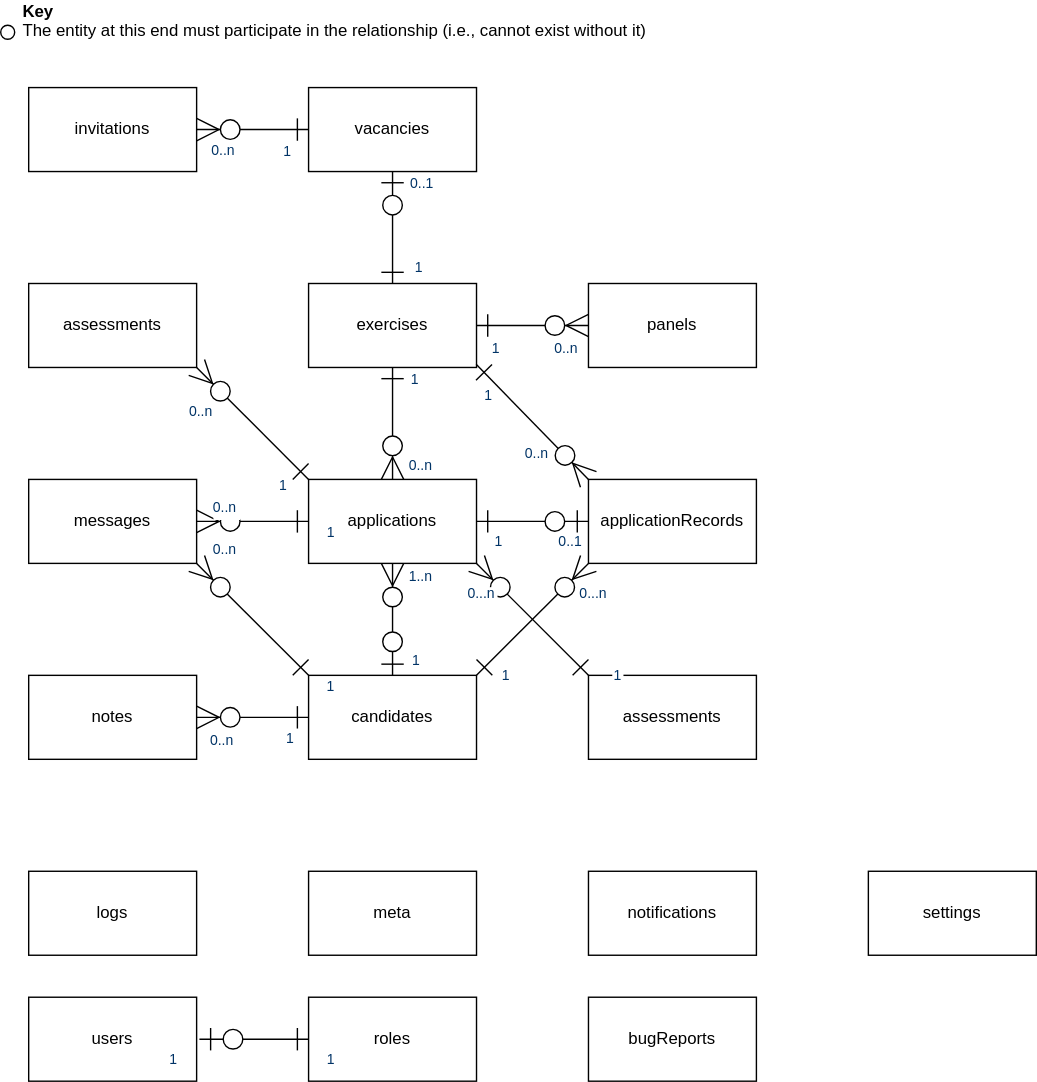
Earlier version of the draw.io export docs/architecture/data-models/top-level-platform.svg (jac-uk/documentation). Source tidied: cells renumbered, new cells last; positions are measured from the earlier drawing's top-left corner, leaving out a move shared by most shapes. Its diagram source:
```xml
<mxGraphModel>
  <root>
    <mxCell id="0" />
    <mxCell id="1" parent="0" />
    <mxCell id="2" value="exercises" style="rounded=0;whiteSpace=wrap;html=1;" parent="1" vertex="1">
      <mxGeometry x="220" y="200" width="120" height="60" as="geometry" />
    </mxCell>
    <mxCell id="3" value="applications" style="rounded=0;whiteSpace=wrap;html=1;" parent="1" vertex="1">
      <mxGeometry x="220" y="340" width="120" height="60" as="geometry" />
    </mxCell>
    <mxCell id="4" value="candidates" style="rounded=0;whiteSpace=wrap;html=1;" parent="1" vertex="1">
      <mxGeometry x="220" y="480" width="120" height="60" as="geometry" />
    </mxCell>
    <mxCell id="5" value="vacancies" style="rounded=0;whiteSpace=wrap;html=1;" parent="1" vertex="1">
      <mxGeometry x="220" y="60" width="120" height="60" as="geometry" />
    </mxCell>
    <mxCell id="6" value="applicationRecords" style="rounded=0;whiteSpace=wrap;html=1;" parent="1" vertex="1">
      <mxGeometry x="420" y="340" width="120" height="60" as="geometry" />
    </mxCell>
    <mxCell id="7" style="endArrow=ERone;endSize=14;startArrow=ERzeroToMany;startSize=14;startFill=1;endFill=0;targetPerimeterSpacing=0;sourcePerimeterSpacing=0;strokeWidth=1;rounded=1;jumpSize=6;entryX=0.5;entryY=1;entryDx=0;entryDy=0;" parent="1" edge="1" source="3" target="2">
      <mxGeometry x="640" y="510" as="geometry" />
    </mxCell>
    <mxCell id="8" value="0..n" style="align=left;verticalAlign=top;labelBackgroundColor=#ffffff;fontSize=10;strokeColor=#003366;shadow=1;fillColor=#D4E1F5;fontColor=#003366;" parent="7" vertex="1">
      <mxGeometry x="-1" relative="1" as="geometry">
        <mxPoint x="10" y="-22" as="offset" />
      </mxGeometry>
    </mxCell>
    <mxCell id="9" value="1" style="align=right;verticalAlign=top;labelBackgroundColor=#ffffff;fontSize=10;strokeColor=#003366;shadow=1;fillColor=#D4E1F5;fontColor=#003366;" parent="7" vertex="1">
      <mxGeometry x="1" relative="1" as="geometry">
        <mxPoint x="20" y="-4" as="offset" />
      </mxGeometry>
    </mxCell>
    <mxCell id="10" style="group;" parent="1" vertex="1">
      <mxGeometry width="610" height="53" as="geometry" />
    </mxCell>
    <mxCell id="11" value="&lt;div&gt;&lt;b&gt;Key&lt;/b&gt;&lt;br&gt;The entity at this end must participate in the relationship (i.e., cannot exist without it)&lt;/div&gt;&lt;div&gt;&lt;br&gt;&lt;/div&gt;&lt;div&gt;&lt;br&gt;&lt;/div&gt;" style="text;html=1;strokeColor=none;fillColor=none;align=left;verticalAlign=middle;whiteSpace=wrap;rounded=0;fontColor=#000000;" parent="10" vertex="1">
      <mxGeometry x="14" width="596" height="53" as="geometry" />
    </mxCell>
    <mxCell id="12" style="ellipse;whiteSpace=wrap;html=1;align=right;" parent="10" vertex="1">
      <mxGeometry y="15.5" width="10" height="10" as="geometry" />
    </mxCell>
    <mxCell id="13" style="endArrow=ERone;endSize=14;startArrow=ERzeroToOne;startSize=14;startFill=1;endFill=0;targetPerimeterSpacing=0;sourcePerimeterSpacing=0;strokeWidth=1;rounded=1;jumpSize=6;entryX=1;entryY=0.5;entryDx=0;entryDy=0;exitX=0;exitY=0.5;exitDx=0;exitDy=0;" parent="1" edge="1" source="6" target="3">
      <mxGeometry x="770" y="520" as="geometry" />
    </mxCell>
    <mxCell id="14" value="0..1" style="align=left;verticalAlign=top;labelBackgroundColor=#ffffff;fontSize=10;strokeColor=#003366;shadow=1;fillColor=#D4E1F5;fontColor=#003366;" parent="13" vertex="1">
      <mxGeometry x="-1" relative="1" as="geometry">
        <mxPoint x="-23" y="2" as="offset" />
      </mxGeometry>
    </mxCell>
    <mxCell id="15" value="1" style="align=right;verticalAlign=top;labelBackgroundColor=#ffffff;fontSize=10;strokeColor=#003366;shadow=1;fillColor=#D4E1F5;fontColor=#003366;" parent="13" vertex="1">
      <mxGeometry x="1" relative="1" as="geometry">
        <mxPoint x="20" y="2" as="offset" />
      </mxGeometry>
    </mxCell>
    <mxCell id="16" style="endArrow=ERone;endSize=14;startArrow=ERzeroToMany;startSize=14;startFill=1;endFill=0;targetPerimeterSpacing=0;sourcePerimeterSpacing=0;strokeWidth=1;rounded=1;jumpSize=6;entryX=0.998;entryY=0.963;entryDx=0;entryDy=0;exitX=0;exitY=0;exitDx=0;exitDy=0;entryPerimeter=0;" parent="1" edge="1" source="6" target="2">
      <mxGeometry x="750" y="500" as="geometry" />
    </mxCell>
    <mxCell id="17" value="0..n" style="align=left;verticalAlign=top;labelBackgroundColor=#ffffff;fontSize=10;strokeColor=#003366;shadow=1;fillColor=#D4E1F5;fontColor=#003366;" parent="16" vertex="1">
      <mxGeometry x="-1" relative="1" as="geometry">
        <mxPoint x="-47" y="-31" as="offset" />
      </mxGeometry>
    </mxCell>
    <mxCell id="18" value="1" style="align=right;verticalAlign=top;labelBackgroundColor=#ffffff;fontSize=10;strokeColor=#003366;shadow=1;fillColor=#D4E1F5;fontColor=#003366;" parent="16" vertex="1">
      <mxGeometry x="1" relative="1" as="geometry">
        <mxPoint x="13" y="10.1" as="offset" />
      </mxGeometry>
    </mxCell>
    <mxCell id="19" style="endArrow=ERone;endSize=14;startArrow=ERzeroToMany;startSize=14;startFill=1;endFill=0;targetPerimeterSpacing=0;sourcePerimeterSpacing=0;strokeWidth=1;rounded=1;jumpSize=6;exitX=0;exitY=1;exitDx=0;exitDy=0;entryX=1;entryY=0;entryDx=0;entryDy=0;" parent="1" edge="1" source="6" target="4">
      <mxGeometry x="994" y="460" as="geometry" />
    </mxCell>
    <mxCell id="20" value="0...n" style="align=left;verticalAlign=top;labelBackgroundColor=#ffffff;fontSize=10;strokeColor=#003366;shadow=1;fillColor=#D4E1F5;fontColor=#003366;" parent="19" vertex="1">
      <mxGeometry x="-1" relative="1" as="geometry">
        <mxPoint x="-8" y="9" as="offset" />
      </mxGeometry>
    </mxCell>
    <mxCell id="21" value="1" style="align=right;verticalAlign=top;labelBackgroundColor=#ffffff;fontSize=10;strokeColor=#003366;shadow=1;fillColor=#D4E1F5;fontColor=#003366;" parent="19" vertex="1">
      <mxGeometry x="1" relative="1" as="geometry">
        <mxPoint x="25" y="-12" as="offset" />
      </mxGeometry>
    </mxCell>
    <mxCell id="22" style="endArrow=ERone;endSize=14;startArrow=ERzeroToOne;startSize=14;startFill=1;endFill=0;targetPerimeterSpacing=0;sourcePerimeterSpacing=0;strokeWidth=1;rounded=1;jumpSize=6;exitX=0.5;exitY=1;exitDx=0;exitDy=0;entryX=0.5;entryY=0;entryDx=0;entryDy=0;" parent="1" edge="1" source="5" target="2">
      <mxGeometry x="780" y="530" as="geometry" />
    </mxCell>
    <mxCell id="23" value="0..1" style="align=left;verticalAlign=top;labelBackgroundColor=#ffffff;fontSize=10;strokeColor=#003366;shadow=1;fillColor=#D4E1F5;fontColor=#003366;" parent="22" vertex="1">
      <mxGeometry x="-1" relative="1" as="geometry">
        <mxPoint x="11" y="-4" as="offset" />
      </mxGeometry>
    </mxCell>
    <mxCell id="24" value="1" style="align=right;verticalAlign=top;labelBackgroundColor=#ffffff;fontSize=10;strokeColor=#003366;shadow=1;fillColor=#D4E1F5;fontColor=#003366;" parent="22" vertex="1">
      <mxGeometry x="1" relative="1" as="geometry">
        <mxPoint x="23" y="-24" as="offset" />
      </mxGeometry>
    </mxCell>
    <mxCell id="25" style="endArrow=ERzeroToOne;endSize=14;startArrow=ERzeroToMany;startSize=14;startFill=1;endFill=1;targetPerimeterSpacing=0;sourcePerimeterSpacing=0;strokeWidth=1;rounded=1;jumpSize=6;exitX=0.5;exitY=1;exitDx=0;exitDy=0;entryX=0.5;entryY=0;entryDx=0;entryDy=0;" parent="1" edge="1" source="3" target="4">
      <mxGeometry x="844" y="500" as="geometry" />
    </mxCell>
    <mxCell id="26" value="1..n" style="align=left;verticalAlign=top;labelBackgroundColor=#ffffff;fontSize=10;strokeColor=#003366;shadow=1;fillColor=#D4E1F5;fontColor=#003366;" parent="25" vertex="1">
      <mxGeometry x="-1" relative="1" as="geometry">
        <mxPoint x="10" y="-3" as="offset" />
      </mxGeometry>
    </mxCell>
    <mxCell id="27" value="1" style="align=right;verticalAlign=top;labelBackgroundColor=#ffffff;fontSize=10;strokeColor=#003366;shadow=1;fillColor=#D4E1F5;fontColor=#003366;" parent="25" vertex="1">
      <mxGeometry x="1" relative="1" as="geometry">
        <mxPoint x="21" y="-23" as="offset" />
      </mxGeometry>
    </mxCell>
    <mxCell id="28" value="assessments" style="rounded=0;whiteSpace=wrap;html=1;" parent="1" vertex="1">
      <mxGeometry x="20" y="200" width="120" height="60" as="geometry" />
    </mxCell>
    <mxCell id="29" style="endArrow=ERone;endSize=14;startArrow=ERzeroToMany;startSize=14;startFill=1;endFill=0;targetPerimeterSpacing=0;sourcePerimeterSpacing=0;strokeWidth=1;rounded=1;jumpSize=6;exitX=1;exitY=1;exitDx=0;exitDy=0;entryX=0;entryY=0;entryDx=0;entryDy=0;" parent="1" edge="1" source="28" target="3">
      <mxGeometry x="550" y="502.2" as="geometry" />
    </mxCell>
    <mxCell id="30" value="0..n" style="align=left;verticalAlign=top;labelBackgroundColor=#ffffff;fontSize=10;strokeColor=#003366;shadow=1;fillColor=#D4E1F5;fontColor=#003366;" parent="29" vertex="1">
      <mxGeometry x="-1" relative="1" as="geometry">
        <mxPoint x="-7" y="19" as="offset" />
      </mxGeometry>
    </mxCell>
    <mxCell id="31" value="1" style="align=right;verticalAlign=top;labelBackgroundColor=#ffffff;fontSize=10;strokeColor=#003366;shadow=1;fillColor=#D4E1F5;fontColor=#003366;" parent="29" vertex="1">
      <mxGeometry x="1" relative="1" as="geometry">
        <mxPoint x="-14" y="-7.9" as="offset" />
      </mxGeometry>
    </mxCell>
    <mxCell id="32" value="invitations" style="rounded=0;whiteSpace=wrap;html=1;" parent="1" vertex="1">
      <mxGeometry x="20" y="60" width="120" height="60" as="geometry" />
    </mxCell>
    <mxCell id="33" style="endArrow=ERone;endSize=14;startArrow=ERzeroToMany;startSize=14;startFill=1;endFill=0;targetPerimeterSpacing=0;sourcePerimeterSpacing=0;strokeWidth=1;rounded=1;jumpSize=6;exitX=1;exitY=0.5;exitDx=0;exitDy=0;entryX=0;entryY=0.5;entryDx=0;entryDy=0;" parent="1" edge="1" source="32" target="5">
      <mxGeometry x="760" y="510" as="geometry" />
    </mxCell>
    <mxCell id="34" value="0..n" style="align=left;verticalAlign=top;labelBackgroundColor=#ffffff;fontSize=10;strokeColor=#003366;shadow=1;fillColor=#D4E1F5;fontColor=#003366;" parent="33" vertex="1">
      <mxGeometry x="-1" relative="1" as="geometry">
        <mxPoint x="9" y="3" as="offset" />
      </mxGeometry>
    </mxCell>
    <mxCell id="35" value="1" style="align=right;verticalAlign=top;labelBackgroundColor=#ffffff;fontSize=10;strokeColor=#003366;shadow=1;fillColor=#D4E1F5;fontColor=#003366;" parent="33" vertex="1">
      <mxGeometry x="1" relative="1" as="geometry">
        <mxPoint x="-11" y="3.1" as="offset" />
      </mxGeometry>
    </mxCell>
    <mxCell id="36" value="logs" style="rounded=0;whiteSpace=wrap;html=1;" parent="1" vertex="1">
      <mxGeometry x="20" y="620" width="120" height="60" as="geometry" />
    </mxCell>
    <mxCell id="37" value="meta" style="rounded=0;whiteSpace=wrap;html=1;" parent="1" vertex="1">
      <mxGeometry x="220" y="620" width="120" height="60" as="geometry" />
    </mxCell>
    <mxCell id="38" value="notes" style="rounded=0;whiteSpace=wrap;html=1;" parent="1" vertex="1">
      <mxGeometry x="20" y="480" width="120" height="60" as="geometry" />
    </mxCell>
    <mxCell id="39" style="endArrow=ERone;endSize=14;startArrow=ERzeroToMany;startSize=14;startFill=1;endFill=0;targetPerimeterSpacing=0;sourcePerimeterSpacing=0;strokeWidth=1;rounded=1;jumpSize=6;exitX=1;exitY=0.5;exitDx=0;exitDy=0;entryX=0;entryY=0.5;entryDx=0;entryDy=0;" parent="1" edge="1" source="38" target="4">
      <mxGeometry x="560" y="512.2" as="geometry" />
    </mxCell>
    <mxCell id="40" value="0..n" style="align=left;verticalAlign=top;labelBackgroundColor=#ffffff;fontSize=10;strokeColor=#003366;shadow=1;fillColor=#D4E1F5;fontColor=#003366;" parent="39" vertex="1">
      <mxGeometry x="-1" relative="1" as="geometry">
        <mxPoint x="8" y="4" as="offset" />
      </mxGeometry>
    </mxCell>
    <mxCell id="41" value="1" style="align=right;verticalAlign=top;labelBackgroundColor=#ffffff;fontSize=10;strokeColor=#003366;shadow=1;fillColor=#D4E1F5;fontColor=#003366;" parent="39" vertex="1">
      <mxGeometry x="1" relative="1" as="geometry">
        <mxPoint x="-9" y="3.1" as="offset" />
      </mxGeometry>
    </mxCell>
    <mxCell id="42" value="notifications" style="rounded=0;whiteSpace=wrap;html=1;" parent="1" vertex="1">
      <mxGeometry x="420" y="620" width="120" height="60" as="geometry" />
    </mxCell>
    <mxCell id="43" value="panels" style="rounded=0;whiteSpace=wrap;html=1;" parent="1" vertex="1">
      <mxGeometry x="420" y="200" width="120" height="60" as="geometry" />
    </mxCell>
    <mxCell id="44" style="endArrow=ERone;endSize=14;startArrow=ERzeroToMany;startSize=14;startFill=1;endFill=0;targetPerimeterSpacing=0;sourcePerimeterSpacing=0;strokeWidth=1;rounded=1;jumpSize=6;entryX=1;entryY=0.5;entryDx=0;entryDy=0;exitX=0;exitY=0.5;exitDx=0;exitDy=0;" parent="1" edge="1" source="43" target="2">
      <mxGeometry x="760" y="510" as="geometry" />
    </mxCell>
    <mxCell id="45" value="0..n" style="align=left;verticalAlign=top;labelBackgroundColor=#ffffff;fontSize=10;strokeColor=#003366;shadow=1;fillColor=#D4E1F5;fontColor=#003366;" parent="44" vertex="1">
      <mxGeometry x="-1" relative="1" as="geometry">
        <mxPoint x="-26" y="4" as="offset" />
      </mxGeometry>
    </mxCell>
    <mxCell id="46" value="1" style="align=right;verticalAlign=top;labelBackgroundColor=#ffffff;fontSize=10;strokeColor=#003366;shadow=1;fillColor=#D4E1F5;fontColor=#003366;" parent="44" vertex="1">
      <mxGeometry x="1" relative="1" as="geometry">
        <mxPoint x="18" y="4.1" as="offset" />
      </mxGeometry>
    </mxCell>
    <mxCell id="47" value="settings" style="rounded=0;whiteSpace=wrap;html=1;" parent="1" vertex="1">
      <mxGeometry x="620" y="620" width="120" height="60" as="geometry" />
    </mxCell>
    <mxCell id="48" value="users" style="rounded=0;whiteSpace=wrap;html=1;" parent="1" vertex="1">
      <mxGeometry x="20" y="710" width="120" height="60" as="geometry" />
    </mxCell>
    <mxCell id="49" value="roles" style="rounded=0;whiteSpace=wrap;html=1;" parent="1" vertex="1">
      <mxGeometry x="220" y="710" width="120" height="60" as="geometry" />
    </mxCell>
    <mxCell id="50" style="endArrow=ERone;endSize=14;startArrow=ERzeroToOne;startSize=14;startFill=1;endFill=0;targetPerimeterSpacing=0;sourcePerimeterSpacing=0;strokeWidth=1;rounded=1;jumpSize=6;entryX=0;entryY=0.5;entryDx=0;entryDy=0;" parent="1" edge="1">
      <mxGeometry x="770" y="520" as="geometry">
        <mxPoint x="142" y="740" as="sourcePoint" />
        <mxPoint x="220" y="740" as="targetPoint" />
      </mxGeometry>
    </mxCell>
    <mxCell id="51" value="1" style="align=left;verticalAlign=top;labelBackgroundColor=#ffffff;fontSize=10;strokeColor=#003366;shadow=1;fillColor=#D4E1F5;fontColor=#003366;" parent="50" vertex="1">
      <mxGeometry x="-1" relative="1" as="geometry">
        <mxPoint x="-23" y="2" as="offset" />
      </mxGeometry>
    </mxCell>
    <mxCell id="52" value="1" style="align=right;verticalAlign=top;labelBackgroundColor=#ffffff;fontSize=10;strokeColor=#003366;shadow=1;fillColor=#D4E1F5;fontColor=#003366;" parent="50" vertex="1">
      <mxGeometry x="1" relative="1" as="geometry">
        <mxPoint x="20" y="2" as="offset" />
      </mxGeometry>
    </mxCell>
    <mxCell id="53" value="messages" style="rounded=0;whiteSpace=wrap;html=1;" parent="1" vertex="1">
      <mxGeometry x="20" y="340" width="120" height="60" as="geometry" />
    </mxCell>
    <mxCell id="54" style="endArrow=ERone;endSize=14;startArrow=ERzeroToMany;startSize=14;startFill=1;endFill=0;targetPerimeterSpacing=0;sourcePerimeterSpacing=0;strokeWidth=1;rounded=1;jumpSize=6;" parent="1" edge="1" source="53" target="3">
      <mxGeometry x="640" y="510" as="geometry" />
    </mxCell>
    <mxCell id="55" value="0..n" style="align=left;verticalAlign=top;labelBackgroundColor=#ffffff;fontSize=10;strokeColor=#003366;shadow=1;fillColor=#D4E1F5;fontColor=#003366;" parent="54" vertex="1">
      <mxGeometry x="-1" relative="1" as="geometry">
        <mxPoint x="10" y="-22" as="offset" />
      </mxGeometry>
    </mxCell>
    <mxCell id="56" value="1" style="align=right;verticalAlign=top;labelBackgroundColor=#ffffff;fontSize=10;strokeColor=#003366;shadow=1;fillColor=#D4E1F5;fontColor=#003366;" parent="54" vertex="1">
      <mxGeometry x="1" relative="1" as="geometry">
        <mxPoint x="20" y="-4" as="offset" />
      </mxGeometry>
    </mxCell>
    <mxCell id="57" style="endArrow=ERone;endSize=14;startArrow=ERzeroToMany;startSize=14;startFill=1;endFill=0;targetPerimeterSpacing=0;sourcePerimeterSpacing=0;strokeWidth=1;rounded=1;jumpSize=6;entryX=0;entryY=0;entryDx=0;entryDy=0;exitX=1;exitY=1;exitDx=0;exitDy=0;" parent="1" edge="1" source="53" target="4">
      <mxGeometry x="640" y="510" as="geometry" />
    </mxCell>
    <mxCell id="58" value="0..n" style="align=left;verticalAlign=top;labelBackgroundColor=#ffffff;fontSize=10;strokeColor=#003366;shadow=1;fillColor=#D4E1F5;fontColor=#003366;" parent="57" vertex="1">
      <mxGeometry x="-1" relative="1" as="geometry">
        <mxPoint x="10" y="-22" as="offset" />
      </mxGeometry>
    </mxCell>
    <mxCell id="59" value="1" style="align=right;verticalAlign=top;labelBackgroundColor=#ffffff;fontSize=10;strokeColor=#003366;shadow=1;fillColor=#D4E1F5;fontColor=#003366;" parent="57" vertex="1">
      <mxGeometry x="1" relative="1" as="geometry">
        <mxPoint x="20" y="-4" as="offset" />
      </mxGeometry>
    </mxCell>
    <mxCell id="60" value="bugReports" style="rounded=0;whiteSpace=wrap;html=1;" parent="1" vertex="1">
      <mxGeometry x="420" y="710" width="120" height="60" as="geometry" />
    </mxCell>
    <mxCell id="61" value="assessments" style="rounded=0;whiteSpace=wrap;html=1;" parent="1" vertex="1">
      <mxGeometry x="420" y="480" width="120" height="60" as="geometry" />
    </mxCell>
    <mxCell id="62" style="endArrow=ERone;endSize=14;startArrow=ERzeroToMany;startSize=14;startFill=1;endFill=0;targetPerimeterSpacing=0;sourcePerimeterSpacing=0;strokeWidth=1;rounded=1;jumpSize=6;exitX=1;exitY=1;exitDx=0;exitDy=0;entryX=0;entryY=0;entryDx=0;entryDy=0;" parent="1" edge="1" source="3" target="61">
      <mxGeometry x="994" y="460" as="geometry" />
    </mxCell>
    <mxCell id="63" value="0...n" style="align=left;verticalAlign=top;labelBackgroundColor=#ffffff;fontSize=10;strokeColor=#003366;shadow=1;fillColor=#D4E1F5;fontColor=#003366;" parent="62" vertex="1">
      <mxGeometry x="-1" relative="1" as="geometry">
        <mxPoint x="-8" y="9" as="offset" />
      </mxGeometry>
    </mxCell>
    <mxCell id="64" value="1" style="align=right;verticalAlign=top;labelBackgroundColor=#ffffff;fontSize=10;strokeColor=#003366;shadow=1;fillColor=#D4E1F5;fontColor=#003366;" parent="62" vertex="1">
      <mxGeometry x="1" relative="1" as="geometry">
        <mxPoint x="25" y="-12" as="offset" />
      </mxGeometry>
    </mxCell>
  </root>
</mxGraphModel>
```
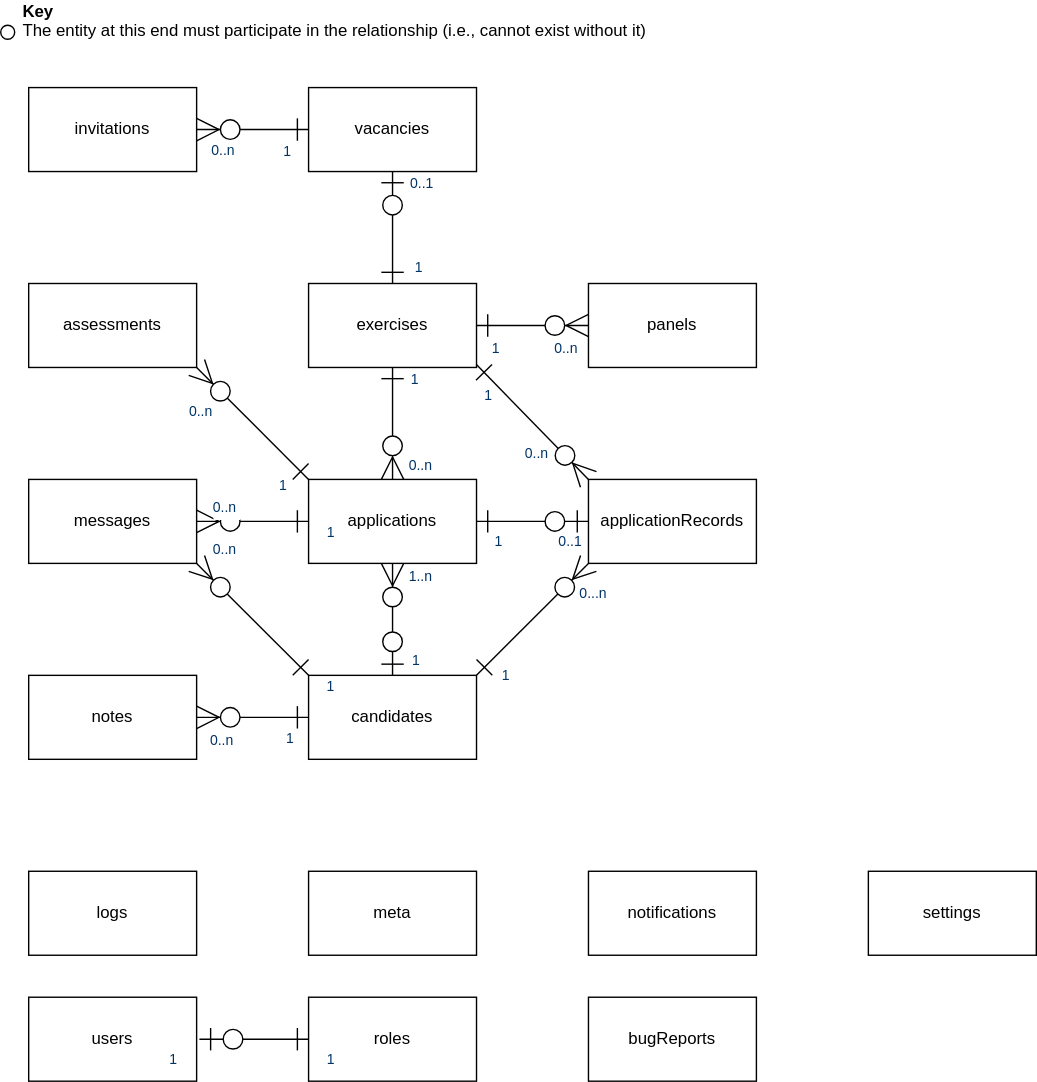
After the commit.

Commit message:
Uopdated diagram

The edit, as a diff of the source:
```diff
@@ -234,21 +234,5 @@
     <mxCell id="60" value="bugReports" style="rounded=0;whiteSpace=wrap;html=1;" parent="1" vertex="1">
       <mxGeometry x="420" y="710" width="120" height="60" as="geometry" />
     </mxCell>
-    <mxCell id="61" value="assessments" style="rounded=0;whiteSpace=wrap;html=1;" parent="1" vertex="1">
-      <mxGeometry x="420" y="480" width="120" height="60" as="geometry" />
-    </mxCell>
-    <mxCell id="62" style="endArrow=ERone;endSize=14;startArrow=ERzeroToMany;startSize=14;startFill=1;endFill=0;targetPerimeterSpacing=0;sourcePerimeterSpacing=0;strokeWidth=1;rounded=1;jumpSize=6;exitX=1;exitY=1;exitDx=0;exitDy=0;entryX=0;entryY=0;entryDx=0;entryDy=0;" parent="1" edge="1" source="3" target="61">
-      <mxGeometry x="994" y="460" as="geometry" />
-    </mxCell>
-    <mxCell id="63" value="0...n" style="align=left;verticalAlign=top;labelBackgroundColor=#ffffff;fontSize=10;strokeColor=#003366;shadow=1;fillColor=#D4E1F5;fontColor=#003366;" parent="62" vertex="1">
-      <mxGeometry x="-1" relative="1" as="geometry">
-        <mxPoint x="-8" y="9" as="offset" />
-      </mxGeometry>
-    </mxCell>
-    <mxCell id="64" value="1" style="align=right;verticalAlign=top;labelBackgroundColor=#ffffff;fontSize=10;strokeColor=#003366;shadow=1;fillColor=#D4E1F5;fontColor=#003366;" parent="62" vertex="1">
-      <mxGeometry x="1" relative="1" as="geometry">
-        <mxPoint x="25" y="-12" as="offset" />
-      </mxGeometry>
-    </mxCell>
   </root>
 </mxGraphModel>
```
